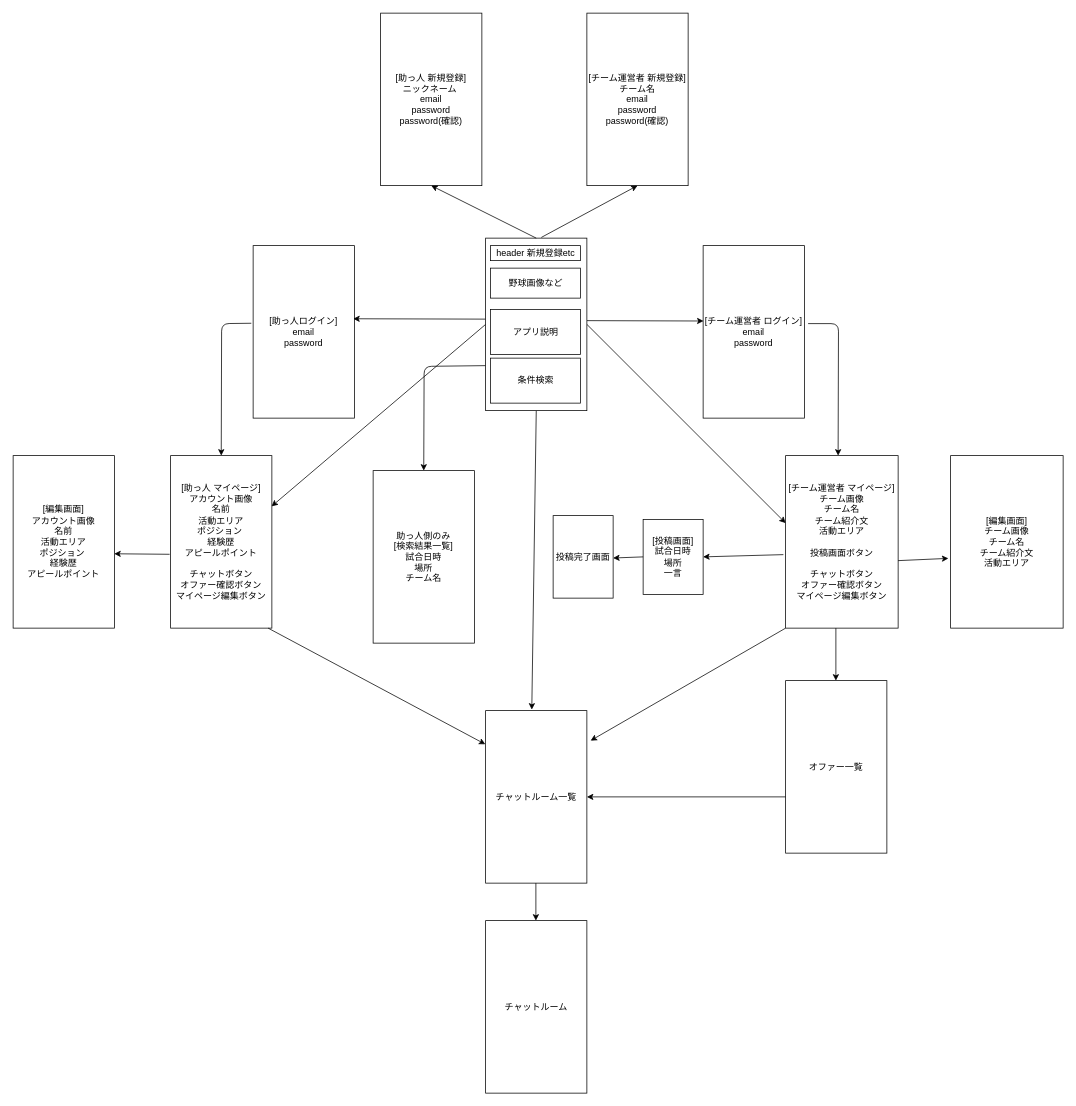
The draw.io diagram demo.drawio in rikudomoto/webtest, before the edit. Source tidied: cells renumbered, new cells numbered last; positions are measured from the earlier drawing's top-left corner, leaving out a move shared by most shapes. Both pictures are drawn from the tidied source at 75%, with x=0, y=0 at pixel (13, 13).
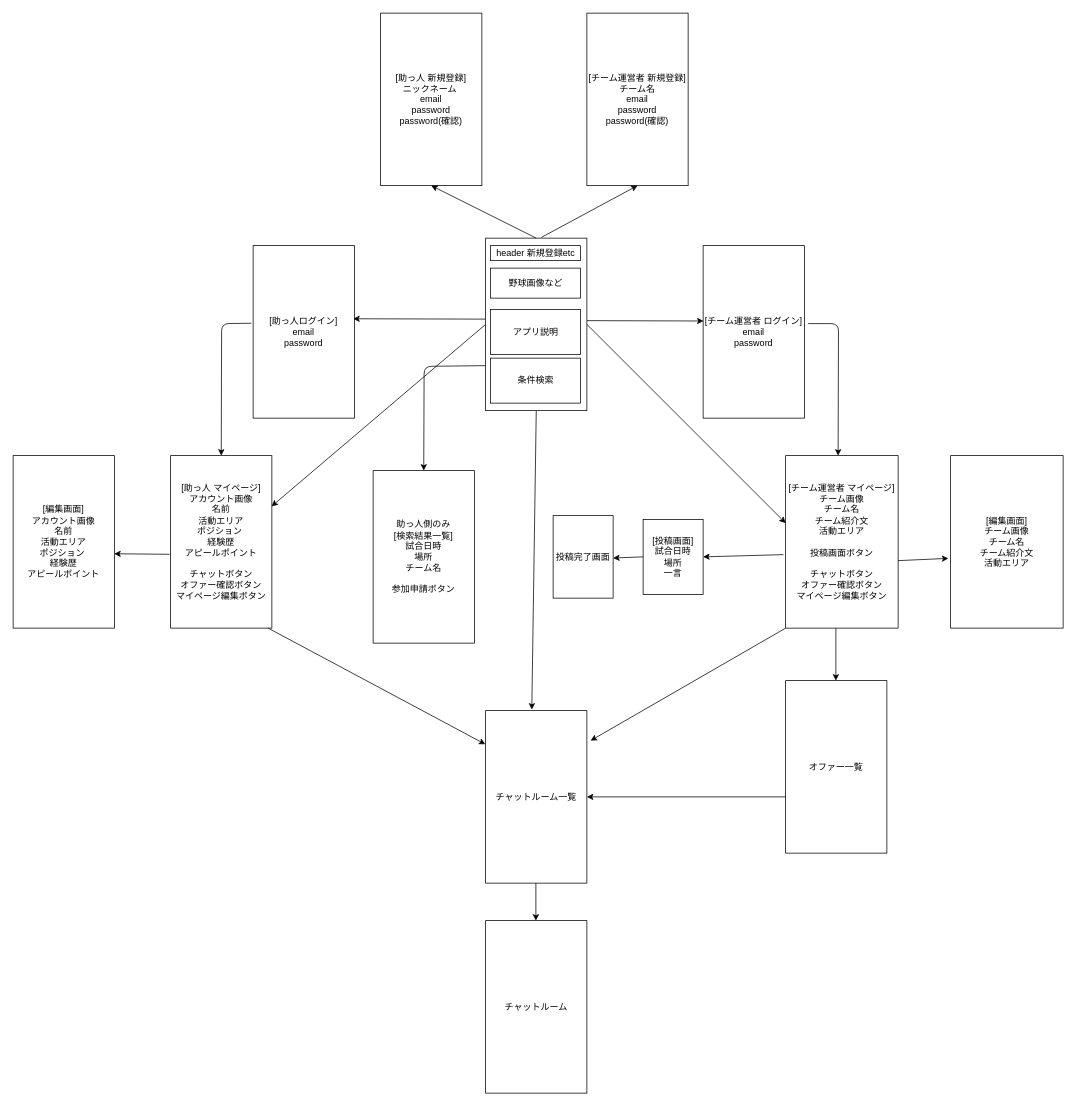
Above is the later version.

What changed in the source:
```diff
@@
-    <mxCell id="4" value="助っ人側のみ&lt;br&gt;[検索結果一覧]&lt;br&gt;試合日時&lt;br&gt;場所&lt;br&gt;チーム名" style="rounded=0;whiteSpace=wrap;html=1;" parent="1" vertex="1">
+    <mxCell id="4" value="助っ人側のみ&lt;br&gt;[検索結果一覧]&lt;br&gt;試合日時&lt;br&gt;場所&lt;br&gt;チーム名&lt;br&gt;&lt;br&gt;参加申請ボタン" style="rounded=0;whiteSpace=wrap;html=1;" parent="1" vertex="1">
       <mxGeometry x="480" y="610" width="135" height="230" as="geometry" />
     </mxCell>
```
